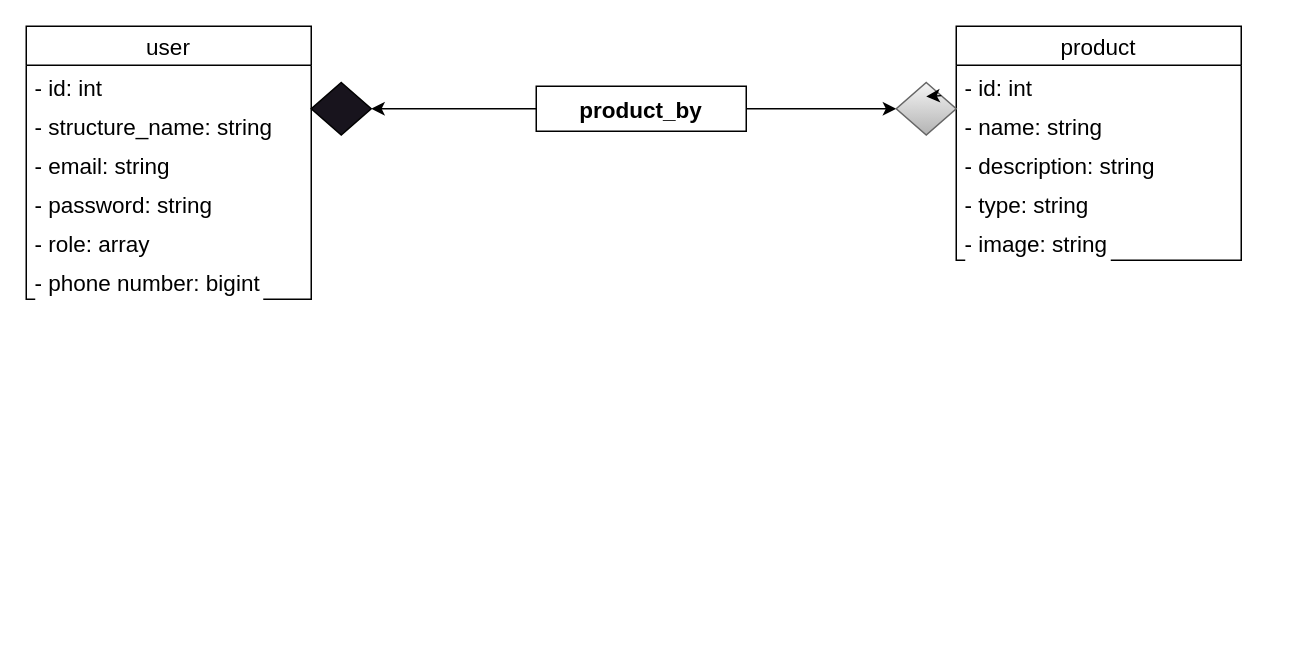
Before: page "Page-1" (1 of 2) of conception/class_diagram.drawio in 2024-dwwm-bsm-p4/app-mla, a draw.io diagram. Source tidied: cells renumbered, new cells numbered last; positions are measured from the earlier drawing's top-left corner, leaving out a move shared by most shapes. Both pictures are drawn from the tidied source at 150%, with x=0, y=0 at pixel (26, 26).
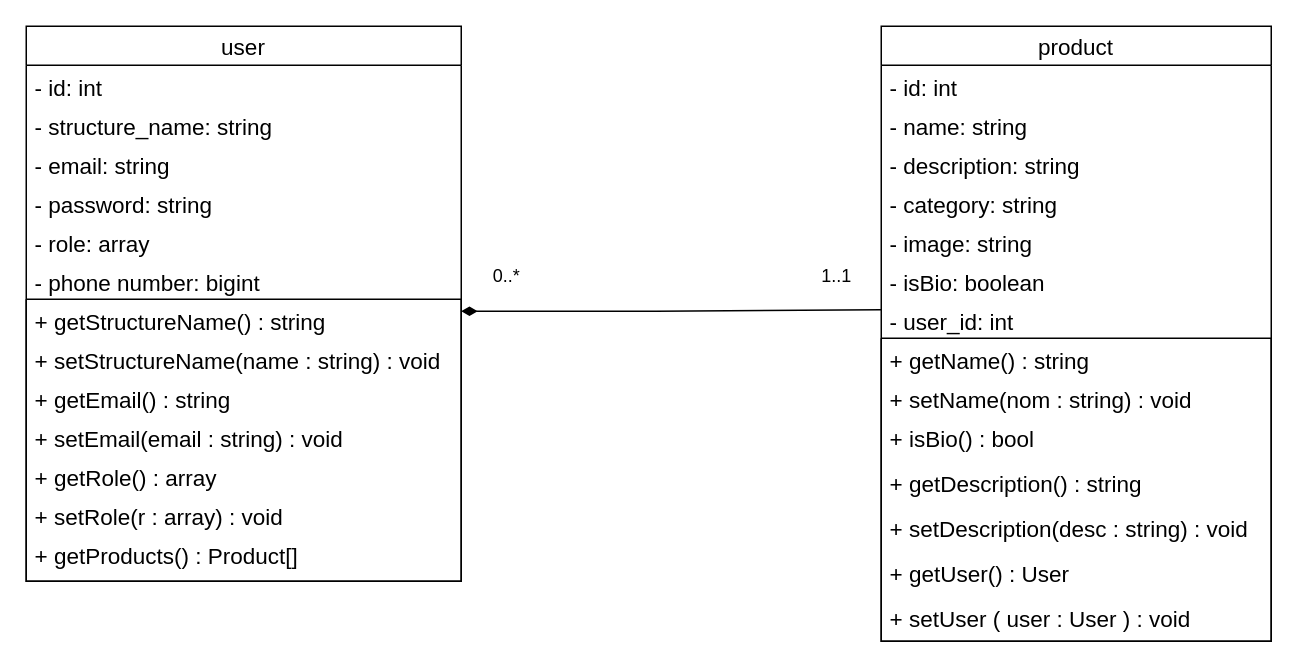
Above is the later version.

Commit message (it also covers changes not shown here):
71 create database design diagrams mcd mld mpd (#75)

The edit, as a diff of the source:
```diff
@@
     <mxCell id="2" value="user" style="swimlane;fontStyle=0;horizontal=1;startSize=26;labelBackgroundColor=default;fontSize=15;" parent="1" vertex="1">
-      <mxGeometry width="190" height="182" as="geometry" />
+      <mxGeometry width="290" height="370" as="geometry" />
     </mxCell>
     <mxCell id="3" value="- id: int" style="text;align=left;verticalAlign=top;spacingLeft=4;spacingRight=4;overflow=hidden;labelBackgroundColor=default;fontSize=15;" parent="2" vertex="1">
-      <mxGeometry y="26" width="190" height="26" as="geometry" />
+      <mxGeometry y="26" width="290" height="26" as="geometry" />
     </mxCell>
     <mxCell id="4" value="- structure_name: string" style="text;align=left;verticalAlign=top;spacingLeft=4;spacingRight=4;overflow=hidden;labelBackgroundColor=default;fontSize=15;" parent="2" vertex="1">
-      <mxGeometry y="52" width="190" height="26" as="geometry" />
+      <mxGeometry y="52" width="290" height="26" as="geometry" />
     </mxCell>
     <mxCell id="5" value="- email: string" style="text;align=left;verticalAlign=top;spacingLeft=4;spacingRight=4;overflow=hidden;labelBackgroundColor=default;fontSize=15;" parent="2" vertex="1">
-      <mxGeometry y="78" width="190" height="26" as="geometry" />
+      <mxGeometry y="78" width="290" height="26" as="geometry" />
     </mxCell>
     <mxCell id="6" value="- password: string " style="text;align=left;verticalAlign=top;spacingLeft=4;spacingRight=4;overflow=hidden;labelBackgroundColor=default;fontSize=15;" parent="2" vertex="1">
-      <mxGeometry y="104" width="190" height="26" as="geometry" />
+      <mxGeometry y="104" width="290" height="26" as="geometry" />
     </mxCell>
     <mxCell id="7" value="- role: array" style="text;align=left;verticalAlign=top;spacingLeft=4;spacingRight=4;overflow=hidden;labelBackgroundColor=default;fontSize=15;" parent="2" vertex="1">
-      <mxGeometry y="130" width="190" height="26" as="geometry" />
+      <mxGeometry y="130" width="290" height="26" as="geometry" />
     </mxCell>
     <mxCell id="8" value="- phone number: bigint" style="text;align=left;verticalAlign=top;spacingLeft=4;spacingRight=4;overflow=hidden;labelBackgroundColor=default;fontSize=15;" parent="2" vertex="1">
-      <mxGeometry y="156" width="190" height="26" as="geometry" />
+      <mxGeometry y="156" width="290" height="26" as="geometry" />
     </mxCell>
+    <mxCell id="21" value="+ getStructureName() : string" style="text;align=left;verticalAlign=top;spacingLeft=4;spacingRight=4;overflow=hidden;labelBackgroundColor=default;fontSize=15;" parent="2" vertex="1">
+      <mxGeometry y="182" width="290" height="26" as="geometry" />
+    </mxCell>
+    <mxCell id="22" value="+ setStructureName(name : string) : void" style="text;align=left;verticalAlign=top;spacingLeft=4;spacingRight=4;overflow=hidden;labelBackgroundColor=default;fontSize=15;" parent="2" vertex="1">
+      <mxGeometry y="208" width="290" height="26" as="geometry" />
+    </mxCell>
+    <mxCell id="23" value="+ getEmail() : string" style="text;align=left;verticalAlign=top;spacingLeft=4;spacingRight=4;overflow=hidden;labelBackgroundColor=default;fontSize=15;" parent="2" vertex="1">
+      <mxGeometry y="234" width="290" height="26" as="geometry" />
+    </mxCell>
+    <mxCell id="24" value="+ setEmail(email : string) : void" style="text;align=left;verticalAlign=top;spacingLeft=4;spacingRight=4;overflow=hidden;labelBackgroundColor=default;fontSize=15;" parent="2" vertex="1">
+      <mxGeometry y="260" width="290" height="26" as="geometry" />
+    </mxCell>
+    <mxCell id="25" value="+ getRole() : array" style="text;align=left;verticalAlign=top;spacingLeft=4;spacingRight=4;overflow=hidden;labelBackgroundColor=default;fontSize=15;" parent="2" vertex="1">
+      <mxGeometry y="286" width="290" height="26" as="geometry" />
+    </mxCell>
+    <mxCell id="26" value="+ setRole(r : array) : void" style="text;align=left;verticalAlign=top;spacingLeft=4;spacingRight=4;overflow=hidden;labelBackgroundColor=default;fontSize=15;" parent="2" vertex="1">
+      <mxGeometry y="312" width="290" height="26" as="geometry" />
+    </mxCell>
+    <mxCell id="27" value="+ getProducts() : Product[]" style="text;align=left;verticalAlign=top;spacingLeft=4;spacingRight=4;overflow=hidden;labelBackgroundColor=default;fontSize=15;" parent="2" vertex="1">
+      <mxGeometry y="338" width="290" height="32" as="geometry" />
+    </mxCell>
     <mxCell id="9" value="product" style="swimlane;fontStyle=0;horizontal=1;startSize=26;fillColor=none;labelBackgroundColor=default;fontSize=15;fontColor=default;" parent="1" vertex="1">
-      <mxGeometry x="620" width="190" height="156" as="geometry" />
+      <mxGeometry x="570" width="260" height="410" as="geometry" />
     </mxCell>
+    <mxCell id="28" value="- id: int" style="text;strokeColor=none;fillColor=none;align=left;verticalAlign=top;spacingLeft=4;spacingRight=4;overflow=hidden;labelBackgroundColor=default;fontSize=15;fontColor=default;" parent="9" vertex="1">
+      <mxGeometry y="26" width="260" height="26" as="geometry" />
+    </mxCell>
-    <mxCell id="10" value="- id: int" style="text;strokeColor=none;fillColor=none;align=left;verticalAlign=top;spacingLeft=4;spacingRight=4;overflow=hidden;labelBackgroundColor=default;fontSize=15;fontColor=default;" parent="9" vertex="1">
-      <mxGeometry y="26" width="190" height="26" as="geometry" />
+    <mxCell id="10" value="- name: string" style="text;strokeColor=none;fillColor=none;align=left;verticalAlign=top;spacingLeft=4;spacingRight=4;overflow=hidden;labelBackgroundColor=default;fontSize=15;fontColor=default;" parent="9" vertex="1">
+      <mxGeometry y="52" width="260" height="26" as="geometry" />
     </mxCell>
-    <mxCell id="11" value="- name: string" style="text;strokeColor=none;fillColor=none;align=left;verticalAlign=top;spacingLeft=4;spacingRight=4;overflow=hidden;labelBackgroundColor=default;fontSize=15;fontColor=default;" parent="9" vertex="1">
-      <mxGeometry y="52" width="190" height="26" as="geometry" />
-    </mxCell>
     <mxCell id="12" value="- description: string" style="text;strokeColor=none;fillColor=none;align=left;verticalAlign=top;spacingLeft=4;spacingRight=4;overflow=hidden;labelBackgroundColor=default;fontSize=15;fontColor=default;" parent="9" vertex="1">
-      <mxGeometry y="78" width="190" height="26" as="geometry" />
+      <mxGeometry y="78" width="260" height="26" as="geometry" />
     </mxCell>
-    <mxCell id="13" value="- type: string" style="text;strokeColor=none;fillColor=none;align=left;verticalAlign=top;spacingLeft=4;spacingRight=4;overflow=hidden;labelBackgroundColor=default;fontSize=15;fontColor=default;" parent="9" vertex="1">
-      <mxGeometry y="104" width="190" height="26" as="geometry" />
+    <mxCell id="13" value="- category: string" style="text;strokeColor=none;fillColor=none;align=left;verticalAlign=top;spacingLeft=4;spacingRight=4;overflow=hidden;labelBackgroundColor=default;fontSize=15;fontColor=default;" parent="9" vertex="1">
+      <mxGeometry y="104" width="260" height="26" as="geometry" />
     </mxCell>
     <mxCell id="14" value="- image: string" style="text;strokeColor=none;fillColor=none;align=left;verticalAlign=top;spacingLeft=4;spacingRight=4;overflow=hidden;labelBackgroundColor=default;fontSize=15;fontColor=default;" parent="9" vertex="1">
-      <mxGeometry y="130" width="190" height="26" as="geometry" />
+      <mxGeometry y="130" width="260" height="26" as="geometry" />
     </mxCell>
-    <mxCell id="15" style="edgeStyle=none;html=1;fontSize=15;fontColor=default;" parent="1" edge="1" source="17" target="18">
-      <mxGeometry relative="1" as="geometry" />
-    </mxCell>
-    <mxCell id="16" style="edgeStyle=none;html=1;fontSize=15;fontColor=default;" parent="1" edge="1" source="17" target="19">
-      <mxGeometry relative="1" as="geometry" />
-    </mxCell>
-    <mxCell id="17" value="product_by" style="fontStyle=1;labelBackgroundColor=default;fontSize=15;fontColor=default;" parent="1" vertex="1">
-      <mxGeometry x="340" y="40" width="140" height="30" as="geometry" />
-    </mxCell>
-    <mxCell id="18" style="rhombus;whiteSpace=wrap;html=1;fontSize=15;fillColor=#f5f5f5;fontStyle=1;labelBackgroundColor=#FFFFFF;gradientColor=#b3b3b3;strokeColor=#666666;" parent="1" vertex="1">
-      <mxGeometry x="580" y="37.5" width="40" height="35" as="geometry" />
-    </mxCell>
-    <mxCell id="19" style="rhombus;whiteSpace=wrap;html=1;fontSize=15;fillColor=rgb(24, 20, 29);fontColor=default;fontStyle=1;labelBackgroundColor=default;" parent="1" vertex="1">
-      <mxGeometry x="190" y="37.5" width="40" height="35" as="geometry" />
-    </mxCell>
-    <mxCell id="20" style="edgeStyle=none;html=1;exitX=1;exitY=0;exitDx=0;exitDy=0;entryX=0.5;entryY=0.266;entryDx=0;entryDy=0;entryPerimeter=0;fontSize=15;fontColor=default;" parent="1" edge="1" source="18" target="18">
-      <mxGeometry relative="1" as="geometry" />
-    </mxCell>
+    <mxCell id="29" value="- isBio: boolean" style="text;strokeColor=none;fillColor=none;align=left;verticalAlign=top;spacingLeft=4;spacingRight=4;overflow=hidden;labelBackgroundColor=default;fontSize=15;fontColor=default;" parent="9" vertex="1">
+      <mxGeometry y="156" width="260" height="26" as="geometry" />
+    </mxCell>
+    <mxCell id="30" value="- user_id: int" style="text;strokeColor=none;fillColor=none;align=left;verticalAlign=top;spacingLeft=4;spacingRight=4;overflow=hidden;labelBackgroundColor=default;fontSize=15;fontColor=default;" parent="9" vertex="1">
+      <mxGeometry y="182" width="260" height="26" as="geometry" />
+    </mxCell>
+    <mxCell id="31" value="+ getName() : string" style="text;strokeColor=none;fillColor=none;align=left;verticalAlign=top;spacingLeft=4;spacingRight=4;overflow=hidden;labelBackgroundColor=default;fontSize=15;fontColor=default;" parent="9" vertex="1">
+      <mxGeometry y="208" width="260" height="26" as="geometry" />
+    </mxCell>
+    <mxCell id="32" value="+ setName(nom : string) : void" style="text;strokeColor=none;fillColor=none;align=left;verticalAlign=top;spacingLeft=4;spacingRight=4;overflow=hidden;labelBackgroundColor=default;fontSize=15;fontColor=default;" parent="9" vertex="1">
+      <mxGeometry y="234" width="260" height="26" as="geometry" />
+    </mxCell>
+    <mxCell id="33" value="+ isBio() : bool" style="text;strokeColor=none;fillColor=none;align=left;verticalAlign=top;spacingLeft=4;spacingRight=4;overflow=hidden;labelBackgroundColor=default;fontSize=15;fontColor=default;" parent="9" vertex="1">
+      <mxGeometry y="260" width="260" height="30" as="geometry" />
+    </mxCell>
+    <mxCell id="34" value="+ getDescription() : string" style="text;strokeColor=none;fillColor=none;align=left;verticalAlign=top;spacingLeft=4;spacingRight=4;overflow=hidden;labelBackgroundColor=default;fontSize=15;fontColor=default;" parent="9" vertex="1">
+      <mxGeometry y="290" width="260" height="30" as="geometry" />
+    </mxCell>
+    <mxCell id="35" value="+ setDescription(desc : string) : void" style="text;strokeColor=none;fillColor=none;align=left;verticalAlign=top;spacingLeft=4;spacingRight=4;overflow=hidden;labelBackgroundColor=default;fontSize=15;fontColor=default;" parent="9" vertex="1">
+      <mxGeometry y="320" width="260" height="30" as="geometry" />
+    </mxCell>
+    <mxCell id="36" value="+ getUser() : User" style="text;strokeColor=none;fillColor=none;align=left;verticalAlign=top;spacingLeft=4;spacingRight=4;overflow=hidden;labelBackgroundColor=default;fontSize=15;fontColor=default;" parent="9" vertex="1">
+      <mxGeometry y="350" width="260" height="30" as="geometry" />
+    </mxCell>
+    <mxCell id="37" value="+ setUser ( user : User ) : void" style="text;strokeColor=none;fillColor=none;align=left;verticalAlign=top;spacingLeft=4;spacingRight=4;overflow=hidden;labelBackgroundColor=default;fontSize=15;fontColor=default;" parent="9" vertex="1">
+      <mxGeometry y="380" width="260" height="30" as="geometry" />
+    </mxCell>
+    <mxCell id="38" style="swimlane;startSize=0;" parent="1" vertex="1">
+      <mxGeometry y="182" width="290" height="188" as="geometry" />
+    </mxCell>
+    <mxCell id="39" style="swimlane;startSize=0;" parent="1" vertex="1">
+      <mxGeometry x="570" y="208" width="260" height="202" as="geometry" />
+    </mxCell>
+    <mxCell id="40" value="0..*" style="text;html=1;align=center;verticalAlign=middle;strokeColor=none;fillColor=default;" parent="1" vertex="1">
+      <mxGeometry x="300" y="152" width="40" height="30" as="geometry" />
+    </mxCell>
+    <mxCell id="41" value="1..1" style="text;html=1;align=center;verticalAlign=middle;strokeColor=none;fillColor=default;" parent="1" vertex="1">
+      <mxGeometry x="520" y="152" width="40" height="30" as="geometry" />
+    </mxCell>
+    <mxCell id="42" style="endArrow=none;startArrow=diamondThin;endFill=0;startFill=1;html=1;verticalAlign=bottom;labelBackgroundColor=none;strokeWidth=1;startSize=8;endSize=8;" parent="1" edge="1">
+      <mxGeometry relative="1" as="geometry">
+        <mxPoint x="290" y="190" as="sourcePoint" />
+        <mxPoint x="570" y="189" as="targetPoint" />
+        <Array as="points">
+          <mxPoint x="410" y="190" />
+        </Array>
+      </mxGeometry>
+    </mxCell>
```
